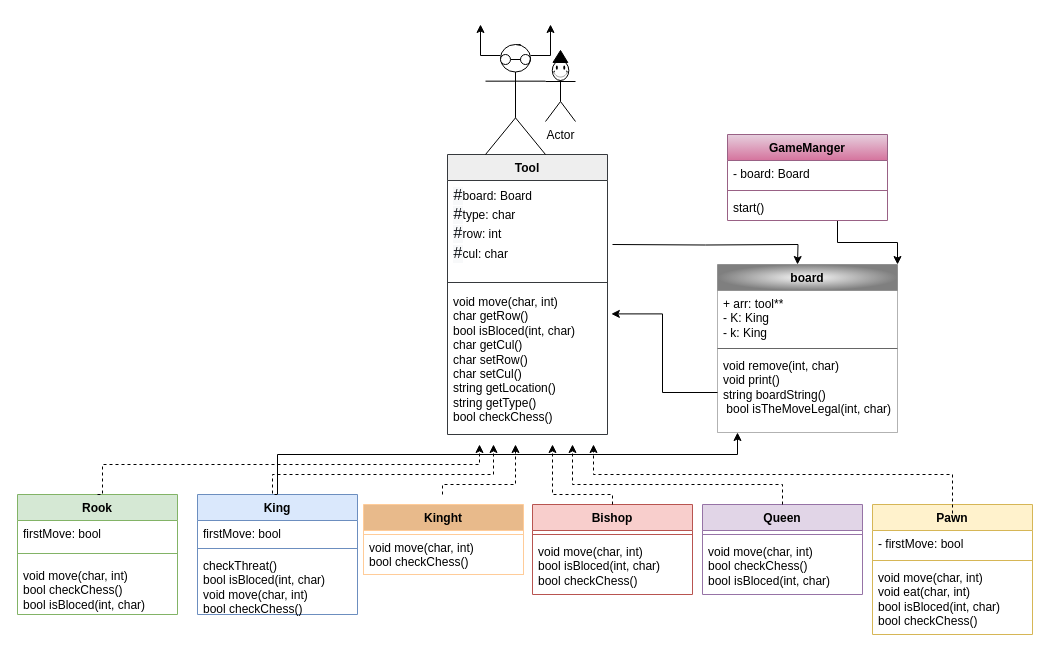
Before: chessUML.drawio in silbermangur/chessProject_Liraz_tama, a draw.io diagram. Source tidied: cells renumbered, new cells numbered last; positions are measured from the earlier drawing's top-left corner, leaving out a move shared by most shapes. Both pictures are drawn from the tidied source at 100%, with x=0, y=0 at pixel (17, 24).
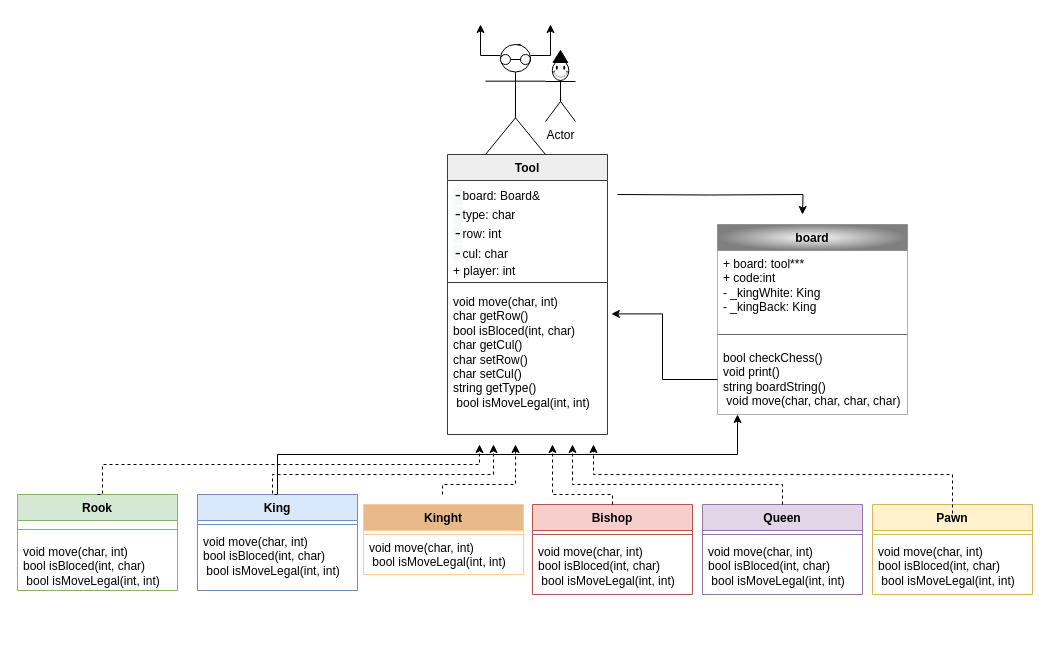
The same page after the edit.

The change refers to these unchanged cells:
```xml
<mxCell id="2" value="Tool" style="swimlane;fontStyle=1;align=center;verticalAlign=top;horizontal=1;startSize=26;whiteSpace=wrap;html=1;fillColor=#eeeeee;strokeColor=#36393d;" parent="1" vertex="1">
  <mxGeometry x="430" y="130" width="160" height="280" as="geometry" />
</mxCell>
<mxCell id="23" value="Bishop" style="swimlane;fontStyle=1;align=center;verticalAlign=top;horizontal=1;startSize=26;whiteSpace=wrap;html=1;fillColor=#f8cecc;strokeColor=#b85450;" parent="1" vertex="1">
  <mxGeometry x="515" y="480" width="160" height="90" as="geometry" />
</mxCell>
<mxCell id="26" value="Queen" style="swimlane;fontStyle=1;align=center;verticalAlign=top;horizontal=1;startSize=26;whiteSpace=wrap;html=1;fillColor=#e1d5e7;strokeColor=#9673a6;" parent="1" vertex="1">
  <mxGeometry x="685" y="480" width="160" height="90" as="geometry" />
</mxCell>
<mxCell id="43" value="Kinght" style="swimlane;fontStyle=1;align=center;verticalAlign=top;horizontal=1;startSize=26;whiteSpace=wrap;html=1;fillColor=#E8BA8B;strokeColor=#FFCC99;" parent="1" vertex="1">
  <mxGeometry x="346" y="480" width="160" height="70" as="geometry" />
</mxCell>
```

Change to the diagram source:
```diff
@@
-    <mxCell id="3" value="&lt;span style=&quot;color: rgb(16, 20, 24); font-family: monospace, monospace; font-size: 16px; text-align: center; background-color: rgb(248, 249, 250);&quot;&gt;#&lt;/span&gt;board: Board&lt;br&gt;&lt;div&gt;&lt;span style=&quot;background-color: rgb(248, 249, 250); color: rgb(16, 20, 24); font-family: monospace, monospace; font-size: 16px; text-align: center;&quot;&gt;#&lt;/span&gt;type: char&lt;/div&gt;&lt;div&gt;&lt;span style=&quot;background-color: rgb(248, 249, 250); color: rgb(16, 20, 24); font-family: monospace, monospace; font-size: 16px; text-align: center;&quot;&gt;#&lt;/span&gt;row: int&lt;/div&gt;&lt;div&gt;&lt;span style=&quot;background-color: rgb(248, 249, 250); color: rgb(16, 20, 24); font-family: monospace, monospace; font-size: 16px; text-align: center;&quot;&gt;#&lt;/span&gt;cul: char&lt;/div&gt;" style="text;strokeColor=none;fillColor=none;align=left;verticalAlign=top;spacingLeft=4;spacingRight=4;overflow=hidden;whiteSpace=wrap;html=1;" parent="2" vertex="1">
+    <mxCell id="3" value="&lt;div style=&quot;&quot;&gt;&lt;font face=&quot;monospace, monospace&quot; color=&quot;#101418&quot;&gt;&lt;span style=&quot;font-size: 16px; background-color: rgb(248, 249, 250);&quot;&gt;-&lt;/span&gt;&lt;/font&gt;&lt;span style=&quot;background-color: transparent; color: light-dark(rgb(0, 0, 0), rgb(255, 255, 255));&quot;&gt;board: Board&amp;amp;&lt;/span&gt;&lt;/div&gt;&lt;div style=&quot;&quot;&gt;&lt;font style=&quot;background-color: transparent;&quot; face=&quot;monospace, monospace&quot; color=&quot;#101418&quot;&gt;&lt;span style=&quot;font-size: 16px; background-color: rgb(248, 249, 250);&quot;&gt;-&lt;/span&gt;&lt;/font&gt;&lt;span style=&quot;background-color: transparent; color: light-dark(rgb(0, 0, 0), rgb(255, 255, 255));&quot;&gt;type: char&lt;/span&gt;&lt;/div&gt;&lt;div style=&quot;&quot;&gt;&lt;font style=&quot;background-color: transparent;&quot; face=&quot;monospace, monospace&quot; color=&quot;#101418&quot;&gt;&lt;span style=&quot;font-size: 16px; background-color: rgb(248, 249, 250);&quot;&gt;-&lt;/span&gt;&lt;/font&gt;&lt;span style=&quot;background-color: transparent; color: light-dark(rgb(0, 0, 0), rgb(255, 255, 255));&quot;&gt;row: int&lt;/span&gt;&lt;/div&gt;&lt;div style=&quot;&quot;&gt;&lt;font face=&quot;monospace, monospace&quot; color=&quot;#101418&quot;&gt;&lt;span style=&quot;font-size: 16px; background-color: rgb(248, 249, 250);&quot;&gt;-&lt;/span&gt;&lt;/font&gt;cul: char&lt;/div&gt;&lt;div style=&quot;&quot;&gt;+ player: int&lt;/div&gt;&lt;div style=&quot;text-align: center;&quot;&gt;&lt;br&gt;&lt;/div&gt;" style="text;strokeColor=none;fillColor=none;align=left;verticalAlign=top;spacingLeft=4;spacingRight=4;overflow=hidden;whiteSpace=wrap;html=1;" parent="2" vertex="1">
       <mxGeometry y="26" width="160" height="96" as="geometry" />
     </mxCell>
@@
-    <mxCell id="5" value="&lt;div&gt;void move(char, int)&lt;/div&gt;&lt;div&gt;char getRow()&lt;/div&gt;&lt;div&gt;bool isBloced(int, char)&lt;/div&gt;&lt;div&gt;char getCul()&lt;/div&gt;&lt;div&gt;&lt;div&gt;char setRow()&lt;/div&gt;&lt;div&gt;char setCul()&lt;/div&gt;&lt;div&gt;string getLocation()&amp;nbsp;&amp;nbsp;&lt;/div&gt;&lt;/div&gt;&lt;div&gt;&lt;div&gt;string getType()&amp;nbsp;&amp;nbsp;&lt;/div&gt;&lt;/div&gt;&lt;div&gt;bool checkChess()&lt;/div&gt;" style="text;strokeColor=none;fillColor=none;align=left;verticalAlign=top;spacingLeft=4;spacingRight=4;overflow=hidden;points=[[0,0.5],[1,0.5]];portConstraint=eastwest;whiteSpace=wrap;html=1;" parent="2" vertex="1">
+    <mxCell id="5" value="&lt;div&gt;void move(char, int)&lt;/div&gt;&lt;div&gt;char getRow()&lt;/div&gt;&lt;div&gt;bool isBloced(int, char)&lt;/div&gt;&lt;div&gt;char getCul()&lt;/div&gt;&lt;div&gt;&lt;div&gt;char setRow()&lt;/div&gt;&lt;div&gt;char setCul()&lt;span style=&quot;background-color: transparent; color: light-dark(rgb(0, 0, 0), rgb(255, 255, 255));&quot;&gt;&amp;nbsp;&amp;nbsp;&lt;/span&gt;&lt;/div&gt;&lt;/div&gt;&lt;div&gt;&lt;div&gt;string getType()&amp;nbsp;&amp;nbsp;&lt;/div&gt;&lt;/div&gt;&lt;div&gt;&lt;div&gt;&lt;span style=&quot;background-color: transparent; color: light-dark(rgb(0, 0, 0), rgb(255, 255, 255));&quot;&gt;&amp;nbsp;bool isMoveLegal(int, int)&amp;nbsp;&lt;/span&gt;&lt;/div&gt;&lt;/div&gt;" style="text;strokeColor=none;fillColor=none;align=left;verticalAlign=top;spacingLeft=4;spacingRight=4;overflow=hidden;points=[[0,0.5],[1,0.5]];portConstraint=eastwest;whiteSpace=wrap;html=1;" parent="2" vertex="1">
       <mxGeometry y="134" width="160" height="146" as="geometry" />
     </mxCell>
@@
     <mxCell id="10" value="Rook" style="swimlane;fontStyle=1;align=center;verticalAlign=top;horizontal=1;startSize=26;whiteSpace=wrap;html=1;fillColor=#d5e8d4;strokeColor=#82b366;" parent="1" vertex="1">
-      <mxGeometry y="470" width="160" height="120" as="geometry" />
+      <mxGeometry y="470" width="160" height="96" as="geometry" />
     </mxCell>
-    <mxCell id="11" value="firstMove: bool" style="text;strokeColor=none;fillColor=none;align=left;verticalAlign=top;spacingLeft=4;spacingRight=4;overflow=hidden;whiteSpace=wrap;html=1;" parent="10" vertex="1">
-      <mxGeometry y="26" width="160" height="24" as="geometry" />
-    </mxCell>
     <mxCell id="12" value=" " style="line;strokeWidth=1;fillColor=none;align=left;verticalAlign=middle;spacingTop=-1;spacingLeft=3;spacingRight=3;labelPosition=right;strokeColor=inherit;" parent="10" vertex="1">
-      <mxGeometry y="50" width="160" height="18" as="geometry" />
+      <mxGeometry y="26" width="160" height="18" as="geometry" />
     </mxCell>
-    <mxCell id="13" value="void move(char, int)&lt;div&gt;&lt;span style=&quot;background-color: initial;&quot;&gt;bool checkChess()&lt;/span&gt;&lt;/div&gt;&lt;div&gt;&lt;div&gt;bool isBloced(int, char)&lt;/div&gt;&lt;/div&gt;&lt;div&gt;&lt;br&gt;&lt;/div&gt;" style="text;strokeColor=none;fillColor=none;align=left;verticalAlign=top;spacingLeft=4;spacingRight=4;overflow=hidden;whiteSpace=wrap;html=1;" parent="10" vertex="1">
-      <mxGeometry y="68" width="160" height="52" as="geometry" />
+    <mxCell id="13" value="&lt;div&gt;&lt;div&gt;void move(char, int)&lt;/div&gt;&lt;div&gt;bool isBloced(int, char)&lt;/div&gt;&lt;div&gt;&amp;nbsp;bool isMoveLegal(int, int)&amp;nbsp;&lt;/div&gt;&lt;/div&gt;" style="text;strokeColor=none;fillColor=none;align=left;verticalAlign=top;spacingLeft=4;spacingRight=4;overflow=hidden;whiteSpace=wrap;html=1;" parent="10" vertex="1">
+      <mxGeometry y="44" width="160" height="52" as="geometry" />
     </mxCell>
@@
     <mxCell id="15" value="King" style="swimlane;fontStyle=1;align=center;verticalAlign=top;horizontal=1;startSize=26;whiteSpace=wrap;html=1;fillColor=#dae8fc;strokeColor=#6c8ebf;" parent="1" vertex="1">
-      <mxGeometry x="180" y="470" width="160" height="120" as="geometry" />
+      <mxGeometry x="180" y="470" width="160" height="96" as="geometry" />
     </mxCell>
-    <mxCell id="16" value="firstMove: bool" style="text;strokeColor=none;fillColor=none;align=left;verticalAlign=top;spacingLeft=4;spacingRight=4;overflow=hidden;whiteSpace=wrap;html=1;" parent="15" vertex="1">
-      <mxGeometry y="26" width="160" height="24" as="geometry" />
-    </mxCell>
     <mxCell id="17" style="line;strokeWidth=1;fillColor=none;align=left;verticalAlign=middle;spacingTop=-1;spacingLeft=3;spacingRight=3;labelPosition=right;strokeColor=inherit;" parent="15" vertex="1">
-      <mxGeometry y="50" width="160" height="8" as="geometry" />
+      <mxGeometry y="26" width="160" height="8" as="geometry" />
     </mxCell>
-    <mxCell id="18" value="checkThreat()&lt;div&gt;&lt;div&gt;bool isBloced(int, char)&lt;/div&gt;void move(char, int)&lt;div&gt;&lt;span style=&quot;background-color: initial;&quot;&gt;bool checkChess()&lt;/span&gt;&lt;/div&gt;&lt;/div&gt;" style="text;strokeColor=none;fillColor=none;align=left;verticalAlign=top;spacingLeft=4;spacingRight=4;overflow=hidden;whiteSpace=wrap;html=1;" parent="15" vertex="1">
-      <mxGeometry y="58" width="160" height="62" as="geometry" />
+    <mxCell id="18" value="&lt;div&gt;void move(char, int)&lt;/div&gt;&lt;div&gt;bool isBloced(int, char)&lt;/div&gt;&lt;div&gt;&amp;nbsp;bool isMoveLegal(int, int)&amp;nbsp;&lt;/div&gt;" style="text;strokeColor=none;fillColor=none;align=left;verticalAlign=top;spacingLeft=4;spacingRight=4;overflow=hidden;whiteSpace=wrap;html=1;" parent="15" vertex="1">
+      <mxGeometry y="34" width="160" height="62" as="geometry" />
     </mxCell>
     <mxCell id="19" value="board" style="swimlane;fontStyle=1;align=center;verticalAlign=top;horizontal=1;startSize=26;whiteSpace=wrap;html=1;fillColor=#f5f5f5;gradientColor=#000000;strokeColor=#666666;gradientDirection=radial;opacity=50;glass=0;swimlaneFillColor=none;" parent="1" vertex="1">
-      <mxGeometry x="700" y="240" width="180" height="168" as="geometry" />
+      <mxGeometry x="700" y="200" width="190" height="190" as="geometry" />
     </mxCell>
-    <mxCell id="20" value="+ arr: tool**&lt;div&gt;- K: King&lt;/div&gt;&lt;div&gt;- k: King&lt;/div&gt;" style="text;strokeColor=none;fillColor=none;align=left;verticalAlign=top;spacingLeft=4;spacingRight=4;overflow=hidden;whiteSpace=wrap;html=1;" parent="19" vertex="1">
-      <mxGeometry y="26" width="180" height="54" as="geometry" />
+    <mxCell id="20" value="+ board: tool***&lt;div&gt;+ code:int&lt;br&gt;&lt;div&gt;- _kingWhite: King&lt;/div&gt;&lt;div&gt;- _kingBack: King&lt;/div&gt;&lt;/div&gt;" style="text;strokeColor=none;fillColor=none;align=left;verticalAlign=top;spacingLeft=4;spacingRight=4;overflow=hidden;whiteSpace=wrap;html=1;" parent="19" vertex="1">
+      <mxGeometry y="26" width="190" height="74" as="geometry" />
     </mxCell>
     <mxCell id="21" style="line;strokeWidth=1;fillColor=none;align=left;verticalAlign=middle;spacingTop=-1;spacingLeft=3;spacingRight=3;labelPosition=right;strokeColor=inherit;" parent="19" vertex="1">
-      <mxGeometry y="80" width="180" height="8" as="geometry" />
+      <mxGeometry y="100" width="190" height="20" as="geometry" />
     </mxCell>
-    <mxCell id="22" value="void remove(int, char)&lt;div&gt;void print()&lt;/div&gt;&lt;div&gt;string boardString()&lt;/div&gt;&lt;div&gt;&amp;nbsp;bool isTheMoveLegal(int, char)&lt;/div&gt;" style="text;strokeColor=none;fillColor=none;align=left;verticalAlign=top;spacingLeft=4;spacingRight=4;overflow=hidden;points=[[0,0.5],[1,0.5]];portConstraint=eastwest;whiteSpace=wrap;html=1;" parent="19" vertex="1">
-      <mxGeometry y="88" width="180" height="80" as="geometry" />
+    <mxCell id="22" value="&lt;div&gt;&lt;div&gt;&lt;span style=&quot;white-space: normal;&quot;&gt;bool checkChess()&amp;nbsp;&lt;/span&gt;&lt;/div&gt;&lt;div&gt;&lt;span style=&quot;background-color: transparent; color: light-dark(rgb(0, 0, 0), rgb(255, 255, 255));&quot;&gt;void print()&lt;/span&gt;&lt;/div&gt;&lt;/div&gt;&lt;div&gt;string boardString()&lt;/div&gt;&lt;div&gt;&amp;nbsp;void move(char, char, char, char)&lt;/div&gt;" style="text;strokeColor=none;fillColor=none;align=left;verticalAlign=top;spacingLeft=4;spacingRight=4;overflow=hidden;points=[[0,0.5],[1,0.5]];portConstraint=eastwest;whiteSpace=wrap;html=1;" parent="19" vertex="1">
+      <mxGeometry y="120" width="190" height="70" as="geometry" />
     </mxCell>
@@
-    <mxCell id="25" value="&lt;div&gt;void move(char, int)&lt;/div&gt;&lt;div&gt;&lt;div&gt;bool isBloced(int, char)&lt;/div&gt;&lt;/div&gt;&lt;div&gt;bool checkChess()&lt;br&gt;&lt;div&gt;&lt;br&gt;&lt;/div&gt;&lt;/div&gt;" style="text;strokeColor=none;fillColor=none;align=left;verticalAlign=top;spacingLeft=4;spacingRight=4;overflow=hidden;whiteSpace=wrap;html=1;" parent="23" vertex="1">
+    <mxCell id="25" value="&lt;div&gt;void move(char, int)&lt;/div&gt;&lt;div&gt;&lt;div&gt;bool isBloced(int, char)&lt;/div&gt;&lt;/div&gt;&lt;div&gt;&lt;div&gt;&amp;nbsp;bool isMoveLegal(int, int)&amp;nbsp;&lt;/div&gt;&lt;/div&gt;" style="text;strokeColor=none;fillColor=none;align=left;verticalAlign=top;spacingLeft=4;spacingRight=4;overflow=hidden;whiteSpace=wrap;html=1;" parent="23" vertex="1">
       <mxGeometry y="34" width="160" height="56" as="geometry" />
     </mxCell>
@@
-    <mxCell id="28" value="&lt;div&gt;void move(char, int)&lt;/div&gt;&lt;div&gt;&lt;span style=&quot;background-color: initial;&quot;&gt;bool checkChess()&lt;/span&gt;&amp;nbsp;&lt;div&gt;&lt;div&gt;bool isBloced(int, char)&lt;/div&gt;&lt;/div&gt;&lt;/div&gt;&lt;div&gt;&lt;br&gt;&lt;/div&gt;" style="text;strokeColor=none;fillColor=none;align=left;verticalAlign=top;spacingLeft=4;spacingRight=4;overflow=hidden;whiteSpace=wrap;html=1;" parent="26" vertex="1">
+    <mxCell id="28" value="&lt;div&gt;void move(char, int)&lt;/div&gt;&lt;div&gt;bool isBloced(int, char)&lt;/div&gt;&lt;div&gt;&amp;nbsp;bool isMoveLegal(int, int)&amp;nbsp;&lt;/div&gt;" style="text;strokeColor=none;fillColor=none;align=left;verticalAlign=top;spacingLeft=4;spacingRight=4;overflow=hidden;whiteSpace=wrap;html=1;" parent="26" vertex="1">
       <mxGeometry y="34" width="160" height="56" as="geometry" />
     </mxCell>
     <mxCell id="29" value="Pawn" style="swimlane;fontStyle=1;align=center;verticalAlign=top;horizontal=1;startSize=26;whiteSpace=wrap;html=1;fillColor=#fff2cc;strokeColor=#d6b656;" parent="1" vertex="1">
-      <mxGeometry x="855" y="480" width="160" height="130" as="geometry" />
+      <mxGeometry x="855" y="480" width="160" height="90" as="geometry" />
     </mxCell>
-    <mxCell id="30" value="- firstMove: bool" style="text;strokeColor=none;fillColor=none;align=left;verticalAlign=top;spacingLeft=4;spacingRight=4;overflow=hidden;whiteSpace=wrap;html=1;" parent="29" vertex="1">
-      <mxGeometry y="26" width="160" height="26" as="geometry" />
-    </mxCell>
     <mxCell id="31" style="line;strokeWidth=1;fillColor=none;align=left;verticalAlign=middle;spacingTop=-1;spacingLeft=3;spacingRight=3;labelPosition=right;strokeColor=inherit;" parent="29" vertex="1">
-      <mxGeometry y="52" width="160" height="8" as="geometry" />
+      <mxGeometry y="26" width="160" height="8" as="geometry" />
     </mxCell>
-    <mxCell id="32" value="void move(char, int)&lt;div&gt;void eat(char, int)&lt;br&gt;&lt;div&gt;&lt;div&gt;&lt;div&gt;bool isBloced(int, char)&lt;/div&gt;&lt;/div&gt;&lt;div&gt;&lt;span style=&quot;background-color: initial;&quot;&gt;bool checkChess()&lt;/span&gt;&amp;nbsp;&lt;div&gt;&lt;br&gt;&lt;/div&gt;&lt;/div&gt;&lt;/div&gt;&lt;/div&gt;" style="text;strokeColor=none;fillColor=none;align=left;verticalAlign=top;spacingLeft=4;spacingRight=4;overflow=hidden;whiteSpace=wrap;html=1;" parent="29" vertex="1">
-      <mxGeometry y="60" width="160" height="70" as="geometry" />
+    <mxCell id="32" value="&lt;div&gt;void move(char, int)&lt;/div&gt;&lt;div&gt;bool isBloced(int, char)&lt;/div&gt;&lt;div&gt;&amp;nbsp;bool isMoveLegal(int, int)&amp;nbsp;&lt;/div&gt;" style="text;strokeColor=none;fillColor=none;align=left;verticalAlign=top;spacingLeft=4;spacingRight=4;overflow=hidden;whiteSpace=wrap;html=1;" parent="29" vertex="1">
+      <mxGeometry y="34" width="160" height="56" as="geometry" />
     </mxCell>
@@
     <mxCell id="38" style="edgeStyle=orthogonalEdgeStyle;rounded=0;orthogonalLoop=1;jettySize=auto;html=1;exitX=1;exitY=0.5;exitDx=0;exitDy=0;" parent="1" edge="1">
       <mxGeometry relative="1" as="geometry">
-        <mxPoint x="595" y="220" as="sourcePoint" />
-        <mxPoint x="780" y="240" as="targetPoint" />
+        <mxPoint x="600" y="170" as="sourcePoint" />
+        <mxPoint x="785" y="190" as="targetPoint" />
       </mxGeometry>
     </mxCell>
@@
-    <mxCell id="45" value="void move(char, int)&lt;div&gt;bool checkChess()&lt;br&gt;&lt;div&gt;&lt;br&gt;&lt;/div&gt;&lt;/div&gt;" style="text;strokeColor=#FFCC99;fillColor=none;align=left;verticalAlign=top;spacingLeft=4;spacingRight=4;overflow=hidden;whiteSpace=wrap;html=1;" parent="43" vertex="1">
+    <mxCell id="45" value="&lt;div&gt;void move(char, int)&lt;/div&gt;&lt;div&gt;&lt;span style=&quot;background-color: transparent; color: light-dark(rgb(0, 0, 0), rgb(255, 255, 255));&quot;&gt;&amp;nbsp;bool isMoveLegal(int, int)&amp;nbsp;&lt;/span&gt;&lt;/div&gt;" style="text;strokeColor=#FFCC99;fillColor=none;align=left;verticalAlign=top;spacingLeft=4;spacingRight=4;overflow=hidden;whiteSpace=wrap;html=1;" parent="43" vertex="1">
       <mxGeometry y="30" width="160" height="40" as="geometry" />
     </mxCell>
@@
-    <mxCell id="50" style="edgeStyle=orthogonalEdgeStyle;rounded=0;jettySize=auto;html=1;entryX=1;entryY=0;entryDx=0;entryDy=0;" parent="1" edge="1" source="51" target="19">
-      <mxGeometry relative="1" as="geometry">
-        <Array as="points">
-          <mxPoint x="820" y="218" />
-          <mxPoint x="880" y="218" />
-        </Array>
-      </mxGeometry>
-    </mxCell>
-    <mxCell id="51" value="GameManger" style="swimlane;fontStyle=1;align=center;verticalAlign=top;horizontal=1;startSize=26;whiteSpace=wrap;html=1;fillColor=#e6d0de;gradientColor=#d5739d;strokeColor=#996185;" parent="1" vertex="1">
-      <mxGeometry x="710" y="110" width="160" height="86" as="geometry" />
-    </mxCell>
-    <mxCell id="52" value="- board: Board" style="text;strokeColor=none;fillColor=none;align=left;verticalAlign=top;spacingLeft=4;spacingRight=4;overflow=hidden;whiteSpace=wrap;html=1;" parent="51" vertex="1">
-      <mxGeometry y="26" width="160" height="26" as="geometry" />
-    </mxCell>
-    <mxCell id="53" style="line;strokeWidth=1;fillColor=none;align=left;verticalAlign=middle;spacingTop=-1;spacingLeft=3;spacingRight=3;labelPosition=right;strokeColor=inherit;" parent="51" vertex="1">
-      <mxGeometry y="52" width="160" height="8" as="geometry" />
-    </mxCell>
-    <mxCell id="54" value="start()" style="text;strokeColor=none;fillColor=none;align=left;verticalAlign=top;spacingLeft=4;spacingRight=4;overflow=hidden;whiteSpace=wrap;html=1;" parent="51" vertex="1">
-      <mxGeometry y="60" width="160" height="26" as="geometry" />
-    </mxCell>
```
